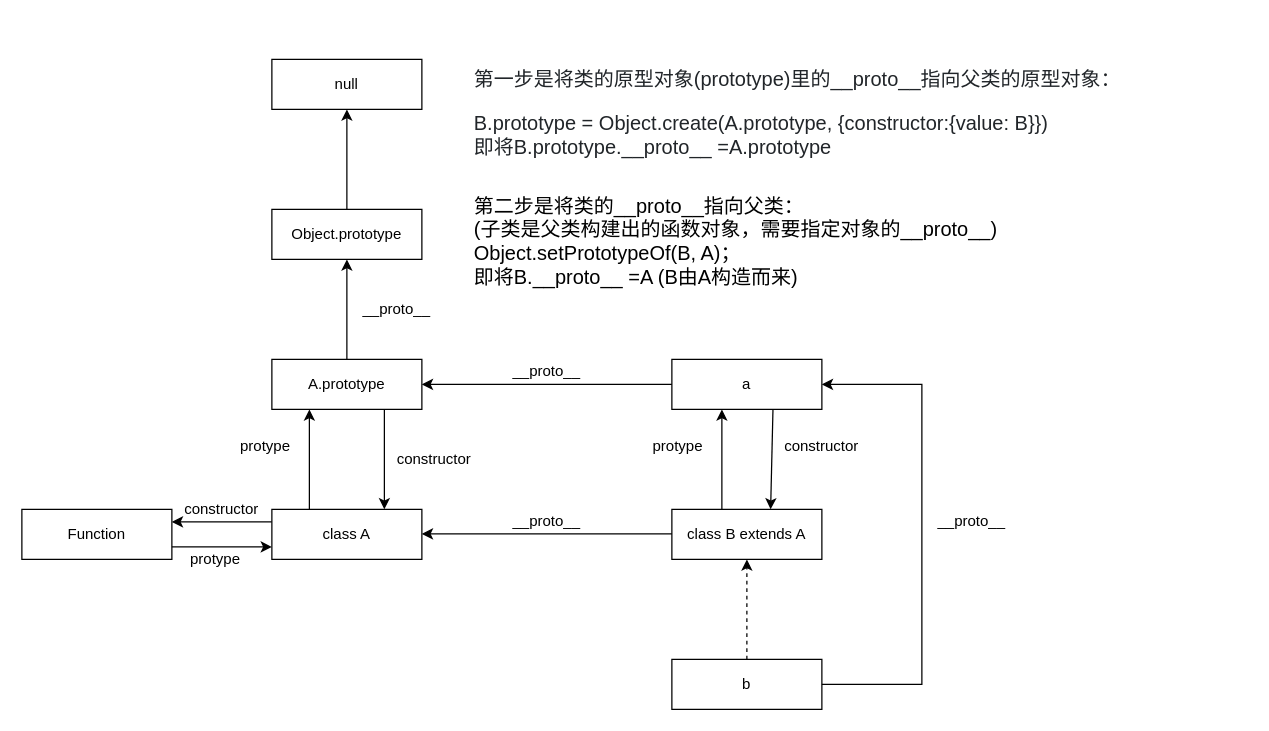
Before: Drawio/class B extends A.drawio in shmao-0428/personal-markdown, a draw.io diagram. Source tidied: cells renumbered, new cells numbered last; positions are measured from the earlier drawing's top-left corner, leaving out a move shared by most shapes. Both pictures are drawn from the tidied source at 125%, with x=0, y=0 at pixel (21, 46).
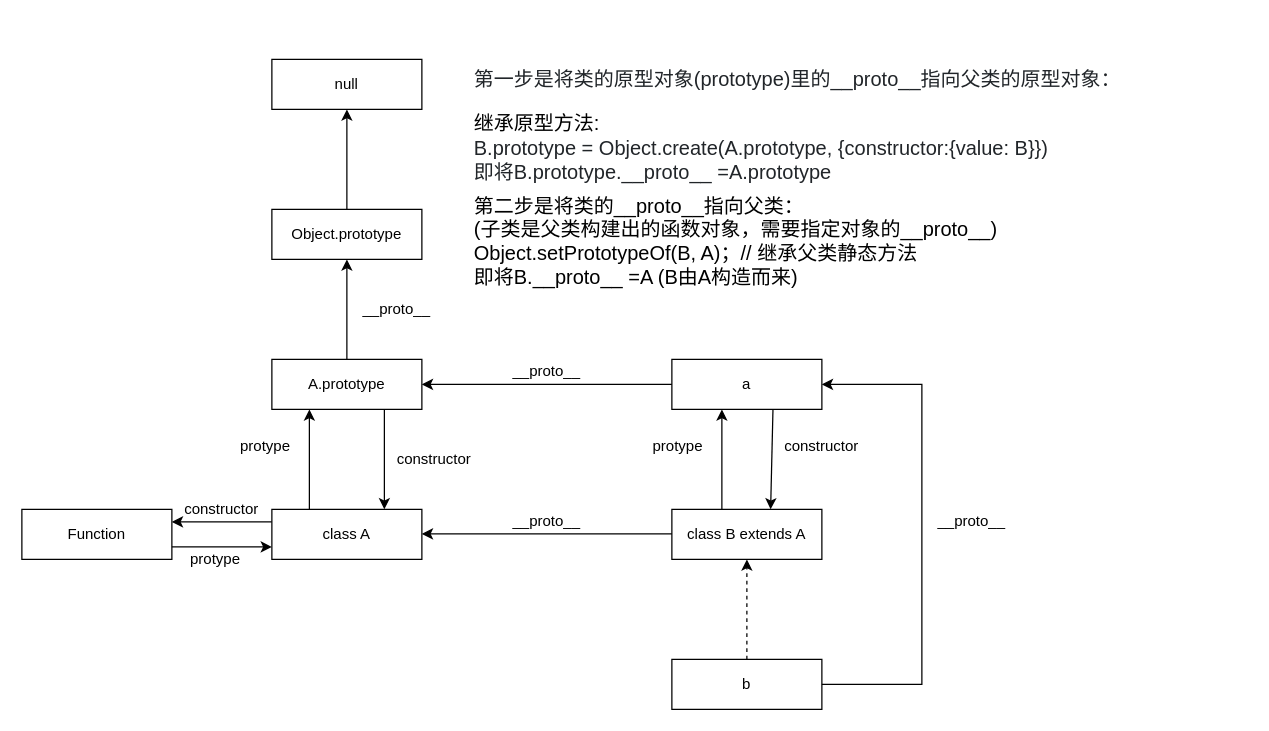
The same diagram, later.

Commit message (it also covers changes not shown here):
feat: update class B extends A

What changed in the source:
```diff
@@
-    <mxCell id="32" value="&lt;h3 id=&quot;item-2-1&quot; style=&quot;box-sizing: border-box; margin: 2.25rem 0px 1rem; line-height: 1.2; font-size: 16px; color: rgb(33, 37, 41); background-color: rgb(255, 255, 255);&quot;&gt;&lt;span style=&quot;font-weight: normal; font-size: 16px;&quot;&gt;第一步是将类的原型对象(prototype)里的__proto__指向父类的原型对象：&lt;/span&gt;&lt;/h3&gt;&lt;p style=&quot;box-sizing: border-box; margin-top: 0px; margin-bottom: 1.25rem; color: rgb(33, 37, 41); font-size: 16px; background-color: rgb(255, 255, 255);&quot;&gt;B.prototype = Object.create(A.prototype, {constructor:{value: B}})&lt;br style=&quot;box-sizing: border-box; font-size: 16px;&quot;&gt;即将B.prototype.__proto__ =A.prototype&lt;/p&gt;" style="text;html=1;strokeColor=none;fillColor=none;align=left;verticalAlign=middle;whiteSpace=wrap;rounded=0;fontSize=16;" parent="1" vertex="1">
-      <mxGeometry x="360" width="520" height="90" as="geometry" />
+    <mxCell id="32" value="&lt;h3 id=&quot;item-2-1&quot; style=&quot;box-sizing: border-box ; margin: 2.25rem 0px 1rem ; line-height: 1.2 ; font-size: 16px ; color: rgb(33 , 37 , 41) ; background-color: rgb(255 , 255 , 255)&quot;&gt;&lt;span style=&quot;font-weight: normal ; font-size: 16px ; line-height: 100%&quot;&gt;第一步是将类的原型对象(prototype)里的__proto__指向父类的原型对象：&lt;/span&gt;&lt;/h3&gt;&lt;div&gt;&lt;span style=&quot;font-weight: normal ; font-size: 16px&quot;&gt;继承原型方法:&lt;/span&gt;&lt;/div&gt;&lt;p style=&quot;box-sizing: border-box ; margin-top: 0px ; margin-bottom: 1.25rem ; color: rgb(33 , 37 , 41) ; font-size: 16px ; background-color: rgb(255 , 255 , 255)&quot;&gt;B.prototype = Object.create(A.prototype, {constructor:{value: B}})&lt;br style=&quot;box-sizing: border-box ; font-size: 16px&quot;&gt;即将B.prototype.__proto__ =A.prototype&lt;/p&gt;" style="text;html=1;strokeColor=none;fillColor=none;align=left;verticalAlign=middle;whiteSpace=wrap;rounded=0;fontSize=16;" parent="1" vertex="1">
+      <mxGeometry x="360" y="10" width="520" height="90" as="geometry" />
     </mxCell>
-    <mxCell id="33" value="第二步是将类的__proto__指向父类：&#10;(子类是父类构建出的函数对象，需要指定对象的__proto__)&#10;Object.setPrototypeOf(B, A)；&#10;即将B.__proto__ =A (B由A构造而来)&#10;" style="text;strokeColor=none;fillColor=none;align=left;verticalAlign=middle;whiteSpace=wrap;rounded=0;fontSize=16;fontStyle=0;horizontal=1;labelBackgroundColor=none;" parent="1" vertex="1">
-      <mxGeometry x="360" y="120" width="620" height="90" as="geometry" />
+    <mxCell id="33" value="第二步是将类的__proto__指向父类：&#10;(子类是父类构建出的函数对象，需要指定对象的__proto__)&#10;Object.setPrototypeOf(B, A)；// 继承父类静态方法&#10;即将B.__proto__ =A (B由A构造而来)&#10;" style="text;strokeColor=none;fillColor=none;align=left;verticalAlign=middle;whiteSpace=wrap;rounded=0;fontSize=16;fontStyle=0;horizontal=1;labelBackgroundColor=none;" parent="1" vertex="1">
+      <mxGeometry x="360" y="120" width="500" height="90" as="geometry" />
     </mxCell>
```
